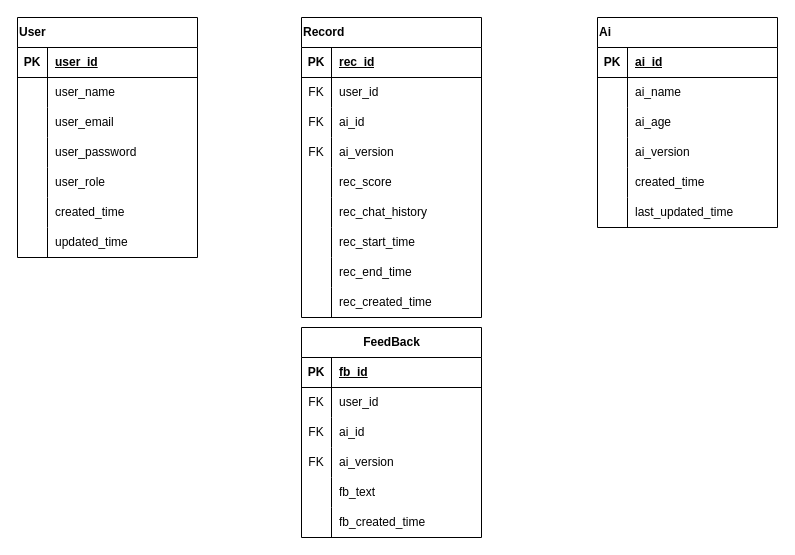
Earlier version of the draw.io diagram diagrams/db_structure.drawio (University-Bangkok-JW/cs497-project). Source tidied: cells renumbered, new cells numbered last; positions are measured from the earlier drawing's top-left corner, leaving out a move shared by most shapes. Both pictures are drawn from the tidied source at 100%, with x=0, y=0 at pixel (17, 17).
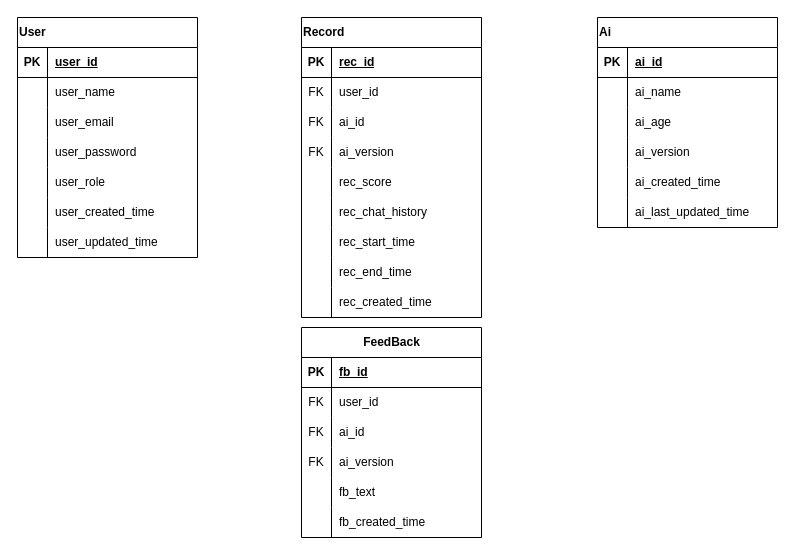
The same diagram, later.

Commit message:
Fix atrribute name

Unchanged cells that the change refers to:
```xml
<mxCell id="18" style="shape=tableRow;horizontal=0;startSize=0;swimlaneHead=0;swimlaneBody=0;fillColor=none;top=0;left=0;right=0;bottom=0;" parent="2" vertex="1">
  <mxGeometry y="180" width="180" height="30" as="geometry" />
</mxCell>
<mxCell id="21" style="shape=tableRow;horizontal=0;startSize=0;swimlaneHead=0;swimlaneBody=0;fillColor=none;top=0;left=0;right=0;bottom=0;" parent="2" vertex="1">
  <mxGeometry y="210" width="180" height="30" as="geometry" />
</mxCell>
<mxCell id="65" style="shape=tableRow;horizontal=0;startSize=0;swimlaneHead=0;swimlaneBody=0;fillColor=none;top=0;left=0;right=0;bottom=0;" parent="52" vertex="1">
  <mxGeometry y="150" width="180" height="30" as="geometry" />
</mxCell>
<mxCell id="68" style="shape=tableRow;horizontal=0;startSize=0;swimlaneHead=0;swimlaneBody=0;fillColor=none;top=0;left=0;right=0;bottom=0;" parent="52" vertex="1">
  <mxGeometry y="180" width="180" height="30" as="geometry" />
</mxCell>
```

Diff of the diagram source:
```diff
@@
-    <mxCell id="20" value="created_time" style="shape=partialRectangle;fillColor=none;top=0;left=0;bottom=0;right=0;align=left;spacingLeft=6;overflow=hidden;whiteSpace=wrap;html=1;" parent="18" vertex="1">
+    <mxCell id="20" value="user_created_time" style="shape=partialRectangle;fillColor=none;top=0;left=0;bottom=0;right=0;align=left;spacingLeft=6;overflow=hidden;whiteSpace=wrap;html=1;" parent="18" vertex="1">
       <mxGeometry x="30" width="150" height="30" as="geometry" />
     </mxCell>
@@
-    <mxCell id="23" value="updated_time" style="shape=partialRectangle;fillColor=none;top=0;left=0;bottom=0;right=0;align=left;spacingLeft=6;overflow=hidden;whiteSpace=wrap;html=1;" parent="21" vertex="1">
+    <mxCell id="23" value="user_updated_time" style="shape=partialRectangle;fillColor=none;top=0;left=0;bottom=0;right=0;align=left;spacingLeft=6;overflow=hidden;whiteSpace=wrap;html=1;" parent="21" vertex="1">
       <mxGeometry x="30" width="150" height="30" as="geometry" />
     </mxCell>
@@
-    <mxCell id="67" value="created_time" style="shape=partialRectangle;fillColor=none;top=0;left=0;bottom=0;right=0;align=left;spacingLeft=6;overflow=hidden;whiteSpace=wrap;html=1;" parent="65" vertex="1">
+    <mxCell id="67" value="ai_created_time" style="shape=partialRectangle;fillColor=none;top=0;left=0;bottom=0;right=0;align=left;spacingLeft=6;overflow=hidden;whiteSpace=wrap;html=1;" parent="65" vertex="1">
       <mxGeometry x="30" width="150" height="30" as="geometry" />
     </mxCell>
@@
-    <mxCell id="70" value="last_updated_time" style="shape=partialRectangle;fillColor=none;top=0;left=0;bottom=0;right=0;align=left;spacingLeft=6;overflow=hidden;whiteSpace=wrap;html=1;" parent="68" vertex="1">
+    <mxCell id="70" value="ai_last_updated_time" style="shape=partialRectangle;fillColor=none;top=0;left=0;bottom=0;right=0;align=left;spacingLeft=6;overflow=hidden;whiteSpace=wrap;html=1;" parent="68" vertex="1">
       <mxGeometry x="30" width="150" height="30" as="geometry" />
     </mxCell>
```
